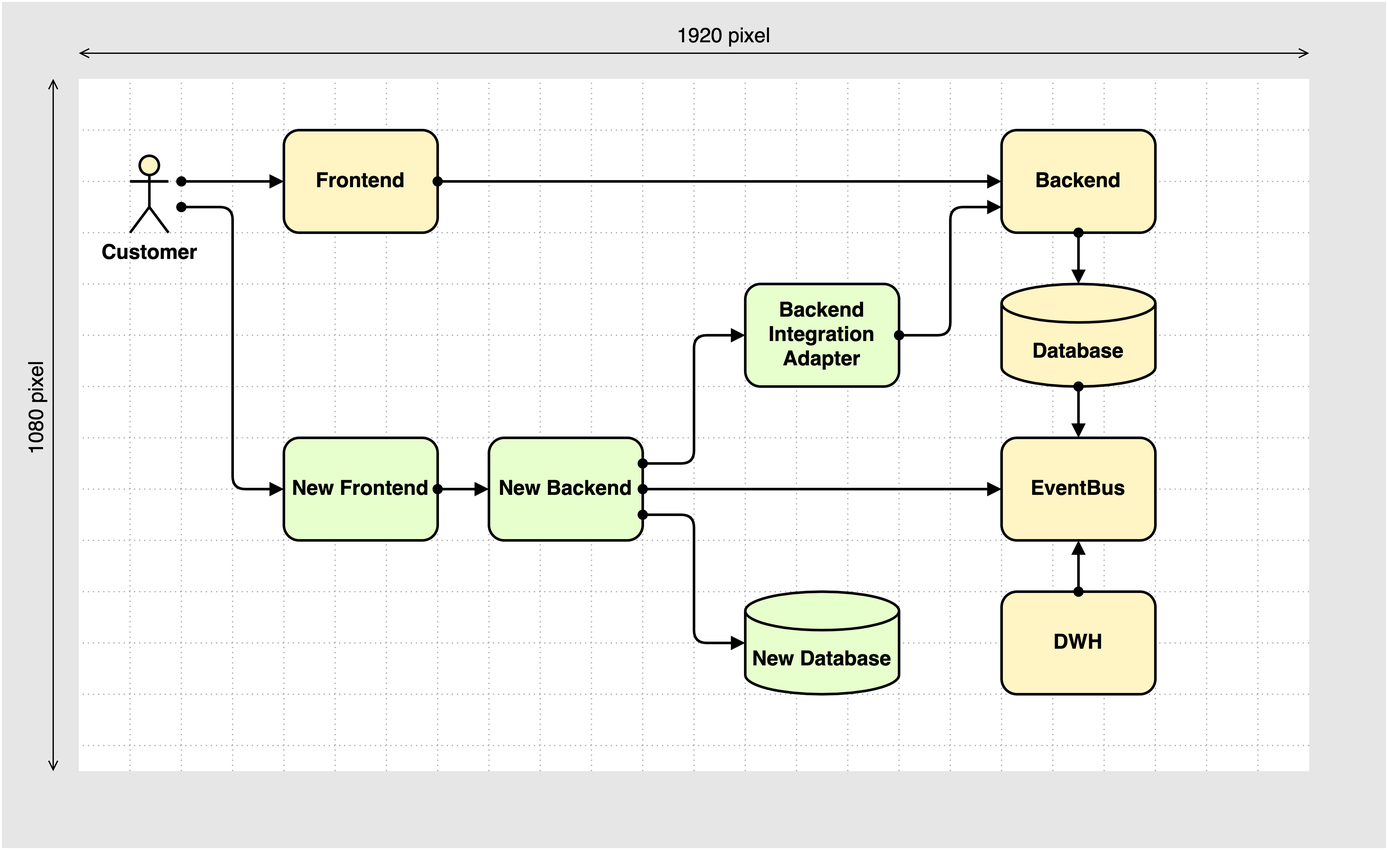
Above: diagrams/canvas-guideline_infinite-space_6b.png in martinleggewie/visual-tips-for-creating-schematic-diagrams (draw.io), before the change. Source tidied: cells renumbered, new cells last; positions are measured from the earlier drawing's top-left corner, leaving out a move shared by most shapes.
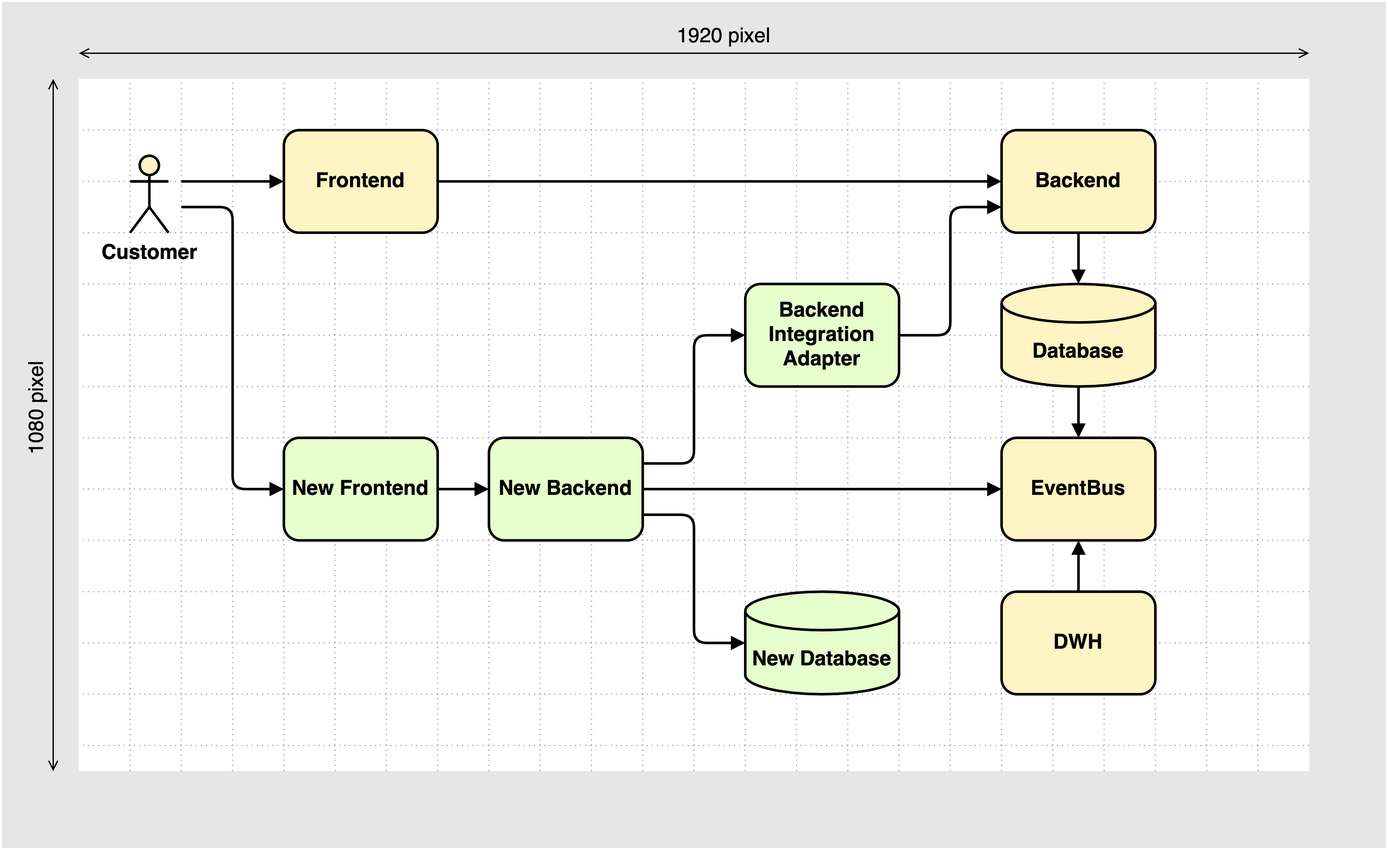
After the change.

What changed in the source:
```diff
@@ -247,7 +247,7 @@
     <mxCell id="46" value="New Backend" style="rounded=1;whiteSpace=wrap;html=1;strokeWidth=2;fontSize=16;fontStyle=1;fillColor=#E6FFCC;" parent="45" vertex="1">
       <mxGeometry x="380" y="340" width="120" height="80" as="geometry" />
     </mxCell>
-    <mxCell id="47" style="edgeStyle=none;rounded=0;jettySize=auto;html=1;startArrow=oval;startFill=1;endArrow=block;endFill=1;strokeWidth=2;fontSize=16;" parent="45" edge="1" source="46" target="64">
+    <mxCell id="47" style="edgeStyle=none;rounded=0;jettySize=auto;html=1;startArrow=none;startFill=0;endArrow=block;endFill=1;strokeWidth=2;fontSize=16;" parent="45" edge="1" source="46" target="64">
       <mxGeometry relative="1" as="geometry" />
     </mxCell>
     <mxCell id="48" value="Database" style="shape=cylinder3;whiteSpace=wrap;html=1;boundedLbl=1;backgroundOutline=1;size=15;strokeWidth=2;fontSize=16;verticalAlign=middle;labelPosition=center;verticalLabelPosition=middle;align=center;fontStyle=1;fillColor=#FFF4C3;spacingLeft=0;" parent="45" vertex="1">
@@ -262,10 +262,10 @@
     <mxCell id="51" value="Backend" style="rounded=1;whiteSpace=wrap;html=1;strokeWidth=2;fontSize=16;fontStyle=1;fillColor=#FFF4C3;" parent="45" vertex="1">
       <mxGeometry x="780" y="100" width="120" height="80" as="geometry" />
     </mxCell>
-    <mxCell id="52" style="rounded=0;jettySize=auto;html=1;fontSize=16;endArrow=block;endFill=1;startArrow=oval;startFill=1;strokeWidth=2;" parent="45" edge="1" source="50" target="51">
+    <mxCell id="52" style="rounded=0;jettySize=auto;html=1;fontSize=16;endArrow=block;endFill=1;startArrow=none;startFill=0;strokeWidth=2;" parent="45" edge="1" source="50" target="51">
       <mxGeometry relative="1" as="geometry" />
     </mxCell>
-    <mxCell id="53" style="edgeStyle=none;rounded=0;jettySize=auto;html=1;startArrow=oval;startFill=1;endArrow=block;endFill=1;strokeWidth=2;fontSize=16;" parent="45" edge="1" target="50">
+    <mxCell id="53" style="edgeStyle=none;rounded=0;jettySize=auto;html=1;startArrow=none;startFill=0;endArrow=block;endFill=1;strokeWidth=2;fontSize=16;" parent="45" edge="1" target="50">
       <mxGeometry relative="1" as="geometry">
         <mxPoint x="140" y="140" as="sourcePoint" />
       </mxGeometry>
@@ -273,19 +273,19 @@
     <mxCell id="54" value="Customer" style="shape=umlActor;verticalLabelPosition=bottom;verticalAlign=top;html=1;fontSize=16;strokeWidth=2;fontStyle=1;fillColor=#FFF4C3;" parent="45" vertex="1">
       <mxGeometry x="100" y="120" width="30" height="60" as="geometry" />
     </mxCell>
-    <mxCell id="55" style="edgeStyle=none;rounded=1;jettySize=auto;html=1;startArrow=oval;startFill=1;endArrow=block;endFill=1;strokeWidth=2;fontSize=16;" parent="45" edge="1" source="48" target="64">
+    <mxCell id="55" style="edgeStyle=none;rounded=1;jettySize=auto;html=1;startArrow=none;startFill=0;endArrow=block;endFill=1;strokeWidth=2;fontSize=16;" parent="45" edge="1" source="48" target="64">
       <mxGeometry relative="1" as="geometry" />
     </mxCell>
-    <mxCell id="56" style="edgeStyle=none;rounded=0;jettySize=auto;html=1;startArrow=oval;startFill=1;endArrow=block;endFill=1;strokeWidth=2;fontSize=16;" parent="45" edge="1" source="51" target="48">
+    <mxCell id="56" style="edgeStyle=none;rounded=0;jettySize=auto;html=1;startArrow=none;startFill=0;endArrow=block;endFill=1;strokeWidth=2;fontSize=16;" parent="45" edge="1" source="51" target="48">
       <mxGeometry relative="1" as="geometry" />
     </mxCell>
     <mxCell id="57" value="New Frontend" style="rounded=1;whiteSpace=wrap;html=1;strokeWidth=2;fontSize=16;fontStyle=1;fillColor=#E6FFCC;" parent="45" vertex="1">
       <mxGeometry x="220" y="340" width="120" height="80" as="geometry" />
     </mxCell>
-    <mxCell id="58" style="rounded=0;jettySize=auto;html=1;fontSize=16;endArrow=block;endFill=1;startArrow=oval;startFill=1;strokeWidth=2;" parent="45" edge="1" source="57" target="46">
+    <mxCell id="58" style="rounded=0;jettySize=auto;html=1;fontSize=16;endArrow=block;endFill=1;startArrow=none;startFill=0;strokeWidth=2;" parent="45" edge="1" source="57" target="46">
       <mxGeometry relative="1" as="geometry" />
     </mxCell>
-    <mxCell id="59" style="edgeStyle=none;rounded=1;jettySize=auto;html=1;startArrow=oval;startFill=1;endArrow=block;endFill=1;strokeWidth=2;fontSize=16;exitX=1;exitY=0.75;exitDx=0;exitDy=0;entryX=0;entryY=0.5;entryDx=0;entryDy=0;entryPerimeter=0;" parent="45" edge="1" source="46" target="66">
+    <mxCell id="59" style="edgeStyle=none;rounded=1;jettySize=auto;html=1;startArrow=none;startFill=0;endArrow=block;endFill=1;strokeWidth=2;fontSize=16;exitX=1;exitY=0.75;exitDx=0;exitDy=0;entryX=0;entryY=0.5;entryDx=0;entryDy=0;entryPerimeter=0;" parent="45" edge="1" source="46" target="66">
       <mxGeometry relative="1" as="geometry">
         <Array as="points">
           <mxPoint x="540" y="400" />
@@ -293,7 +293,7 @@
         </Array>
       </mxGeometry>
     </mxCell>
-    <mxCell id="60" style="edgeStyle=none;rounded=1;jettySize=auto;html=1;startArrow=oval;startFill=1;endArrow=block;endFill=1;strokeWidth=2;fontSize=16;entryX=0;entryY=0.5;entryDx=0;entryDy=0;" parent="45" edge="1" target="57">
+    <mxCell id="60" style="edgeStyle=none;rounded=1;jettySize=auto;html=1;startArrow=none;startFill=0;endArrow=block;endFill=1;strokeWidth=2;fontSize=16;entryX=0;entryY=0.5;entryDx=0;entryDy=0;" parent="45" edge="1" target="57">
       <mxGeometry relative="1" as="geometry">
         <mxPoint x="140" y="160" as="sourcePoint" />
         <Array as="points">
@@ -305,7 +305,7 @@
     <mxCell id="61" value="Backend Integration Adapter" style="rounded=1;whiteSpace=wrap;html=1;strokeWidth=2;fontSize=16;fontStyle=1;fillColor=#E6FFCC;" parent="45" vertex="1">
       <mxGeometry x="580" y="220" width="120" height="80" as="geometry" />
     </mxCell>
-    <mxCell id="62" style="rounded=1;jettySize=auto;html=1;fontSize=16;endArrow=block;endFill=1;startArrow=oval;startFill=1;strokeWidth=2;exitX=1;exitY=0.25;exitDx=0;exitDy=0;entryX=0;entryY=0.5;entryDx=0;entryDy=0;" parent="45" edge="1" source="46" target="61">
+    <mxCell id="62" style="rounded=1;jettySize=auto;html=1;fontSize=16;endArrow=block;endFill=1;startArrow=none;startFill=0;strokeWidth=2;exitX=1;exitY=0.25;exitDx=0;exitDy=0;entryX=0;entryY=0.5;entryDx=0;entryDy=0;" parent="45" edge="1" source="46" target="61">
       <mxGeometry relative="1" as="geometry">
         <Array as="points">
           <mxPoint x="540" y="360" />
@@ -313,7 +313,7 @@
         </Array>
       </mxGeometry>
     </mxCell>
-    <mxCell id="63" style="rounded=1;jettySize=auto;html=1;fontSize=16;endArrow=block;endFill=1;startArrow=oval;startFill=1;strokeWidth=2;entryX=0;entryY=0.75;entryDx=0;entryDy=0;" parent="45" edge="1" source="61" target="51">
+    <mxCell id="63" style="rounded=1;jettySize=auto;html=1;fontSize=16;endArrow=block;endFill=1;startArrow=none;startFill=0;strokeWidth=2;entryX=0;entryY=0.75;entryDx=0;entryDy=0;" parent="45" edge="1" source="61" target="51">
       <mxGeometry relative="1" as="geometry">
         <Array as="points">
           <mxPoint x="740" y="260" />
@@ -324,7 +324,7 @@
     <mxCell id="64" value="EventBus" style="rounded=1;whiteSpace=wrap;html=1;strokeWidth=2;fontSize=16;fontStyle=1;fillColor=#FFF4C3;" parent="45" vertex="1">
       <mxGeometry x="780" y="340" width="120" height="80" as="geometry" />
     </mxCell>
-    <mxCell id="65" style="edgeStyle=none;rounded=1;jettySize=auto;html=1;startArrow=oval;startFill=1;endArrow=block;endFill=1;strokeWidth=2;fontSize=16;" parent="45" edge="1" source="49" target="64">
+    <mxCell id="65" style="edgeStyle=none;rounded=1;jettySize=auto;html=1;startArrow=none;startFill=0;endArrow=block;endFill=1;strokeWidth=2;fontSize=16;" parent="45" edge="1" source="49" target="64">
       <mxGeometry relative="1" as="geometry" />
     </mxCell>
     <mxCell id="66" value="New Database" style="shape=cylinder3;whiteSpace=wrap;html=1;boundedLbl=1;backgroundOutline=1;size=15;strokeWidth=2;fontSize=16;verticalAlign=middle;labelPosition=center;verticalLabelPosition=middle;align=center;fontStyle=1;fillColor=#E6FFCC;" parent="45" vertex="1">
```
